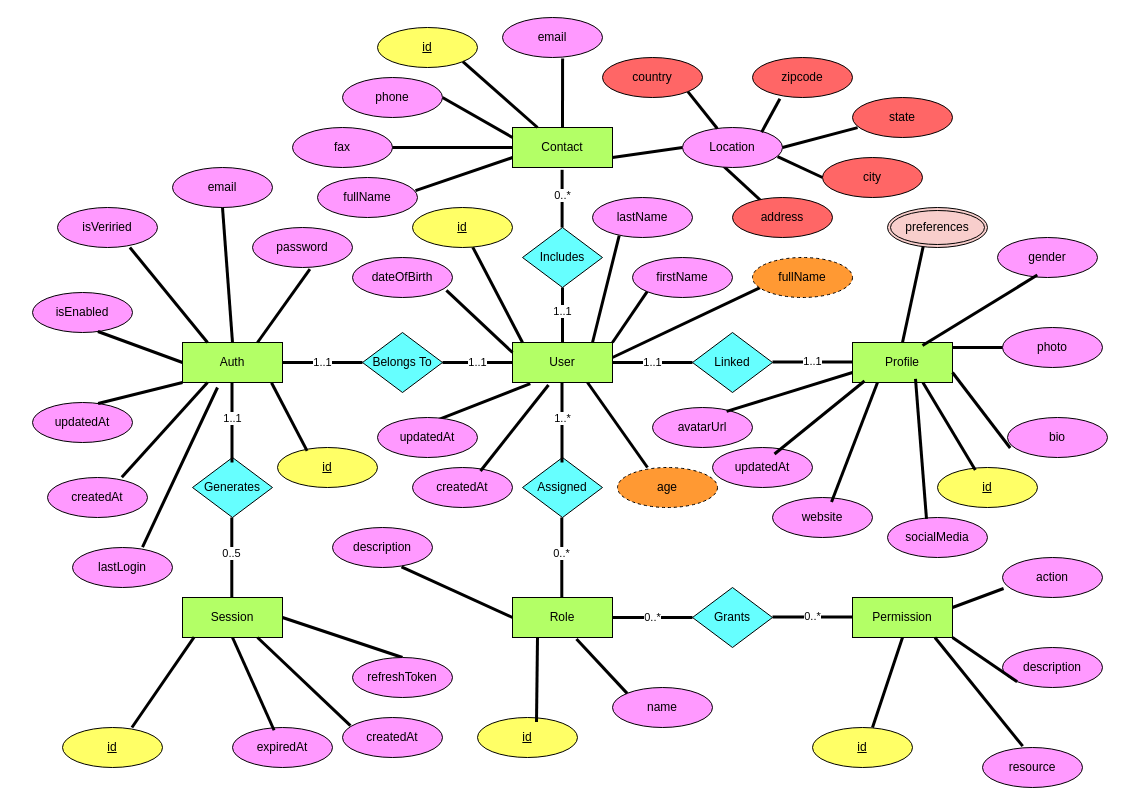
The draw.io diagram documentation/database/logical/logical-design.drawio in jadogeri/Server-Template-NestJS-REST, before the edit. Source tidied: cells renumbered, new cells numbered last; positions are measured from the earlier drawing's top-left corner, leaving out a move shared by most shapes. Both pictures are drawn from the tidied source at 100%, with x=0, y=0 at pixel (32, 17).
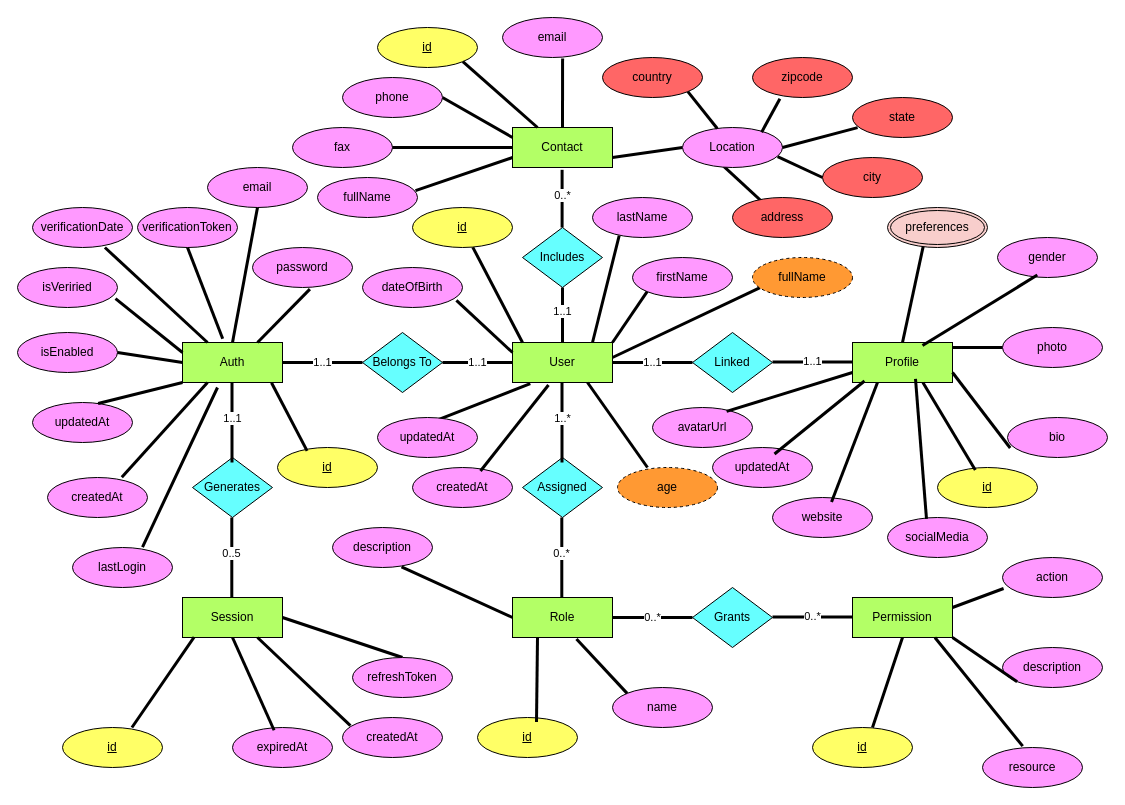
Above is the later version.

The change refers to these unchanged cells:
```xml
<mxCell id="2" value="Auth" style="whiteSpace=wrap;html=1;align=center;fillColor=#B3FF66;" parent="1" vertex="1">
  <mxGeometry x="150" y="325" width="100" height="40" as="geometry" />
</mxCell>
```

Change to the diagram source:
```diff
@@
     <mxCell id="50" value="isEnabled" style="ellipse;whiteSpace=wrap;html=1;align=center;fillColor=#FF99FF;" parent="1" vertex="1">
-      <mxGeometry y="275" width="100" height="40" as="geometry" />
+      <mxGeometry x="-15" y="315" width="100" height="40" as="geometry" />
     </mxCell>
@@
     <mxCell id="53" value="dateOfBirth" style="ellipse;whiteSpace=wrap;html=1;align=center;fillColor=#FF99FF;" parent="1" vertex="1">
-      <mxGeometry x="320" y="240" width="100" height="40" as="geometry" />
+      <mxGeometry x="330" y="250" width="100" height="40" as="geometry" />
     </mxCell>
@@
-    <mxCell id="79" value="isVeriried" style="ellipse;whiteSpace=wrap;html=1;align=center;fillColor=#FF99FF;" parent="1" vertex="1">
-      <mxGeometry x="25" y="190" width="100" height="40" as="geometry" />
+    <mxCell id="79" value="verificationDate" style="ellipse;whiteSpace=wrap;html=1;align=center;fillColor=#FF99FF;" parent="1" vertex="1">
+      <mxGeometry y="190" width="100" height="40" as="geometry" />
     </mxCell>
@@
-    <mxCell id="91" style="endArrow=none;html=1;rounded=0;strokeWidth=3;shape=wire;dashed=1;exitX=0;exitY=0.5;exitDx=0;exitDy=0;entryX=0.654;entryY=0.975;entryDx=0;entryDy=0;entryPerimeter=0;" parent="1" edge="1" source="2" target="50">
+    <mxCell id="91" style="endArrow=none;html=1;rounded=0;strokeWidth=3;shape=wire;dashed=1;exitX=0;exitY=0.5;exitDx=0;exitDy=0;entryX=1;entryY=0.5;entryDx=0;entryDy=0;" parent="1" edge="1" source="2" target="50">
       <mxGeometry x="-0.11" relative="1" as="geometry" />
     </mxCell>
     <mxCell id="92" value="password" style="ellipse;whiteSpace=wrap;html=1;align=center;fillColor=#FF99FF;" parent="1" vertex="1">
-      <mxGeometry x="220" y="210" width="100" height="40" as="geometry" />
+      <mxGeometry x="220" y="230" width="100" height="40" as="geometry" />
     </mxCell>
     <mxCell id="93" value="email" style="ellipse;whiteSpace=wrap;html=1;align=center;fillColor=#FF99FF;" parent="1" vertex="1">
-      <mxGeometry x="140" y="150" width="100" height="40" as="geometry" />
+      <mxGeometry x="175" y="150" width="100" height="40" as="geometry" />
     </mxCell>
@@
+    <mxCell id="121" value="verificationToken" style="ellipse;whiteSpace=wrap;html=1;align=center;fillColor=#FF99FF;" parent="1" vertex="1">
+      <mxGeometry x="105" y="190" width="100" height="40" as="geometry" />
+    </mxCell>
+    <mxCell id="122" value="isVeriried" style="ellipse;whiteSpace=wrap;html=1;align=center;fillColor=#FF99FF;" parent="1" vertex="1">
+      <mxGeometry x="-15" y="250" width="100" height="40" as="geometry" />
+    </mxCell>
+    <mxCell id="123" style="endArrow=none;html=1;rounded=0;entryX=0.98;entryY=0.78;entryDx=0;entryDy=0;strokeWidth=3;shape=wire;dashed=1;exitX=0;exitY=0.25;exitDx=0;exitDy=0;entryPerimeter=0;" parent="1" edge="1" source="2" target="122">
+      <mxGeometry x="-0.11" relative="1" as="geometry" />
+    </mxCell>
+    <mxCell id="124" style="endArrow=none;html=1;rounded=0;strokeWidth=3;shape=wire;dashed=1;exitX=0.5;exitY=1;exitDx=0;exitDy=0;entryX=0.402;entryY=-0.095;entryDx=0;entryDy=0;entryPerimeter=0;" parent="1" edge="1" target="2">
+      <mxGeometry x="-0.11" relative="1" as="geometry">
+        <mxPoint x="155" y="230" as="sourcePoint" />
+      </mxGeometry>
+    </mxCell>
```
